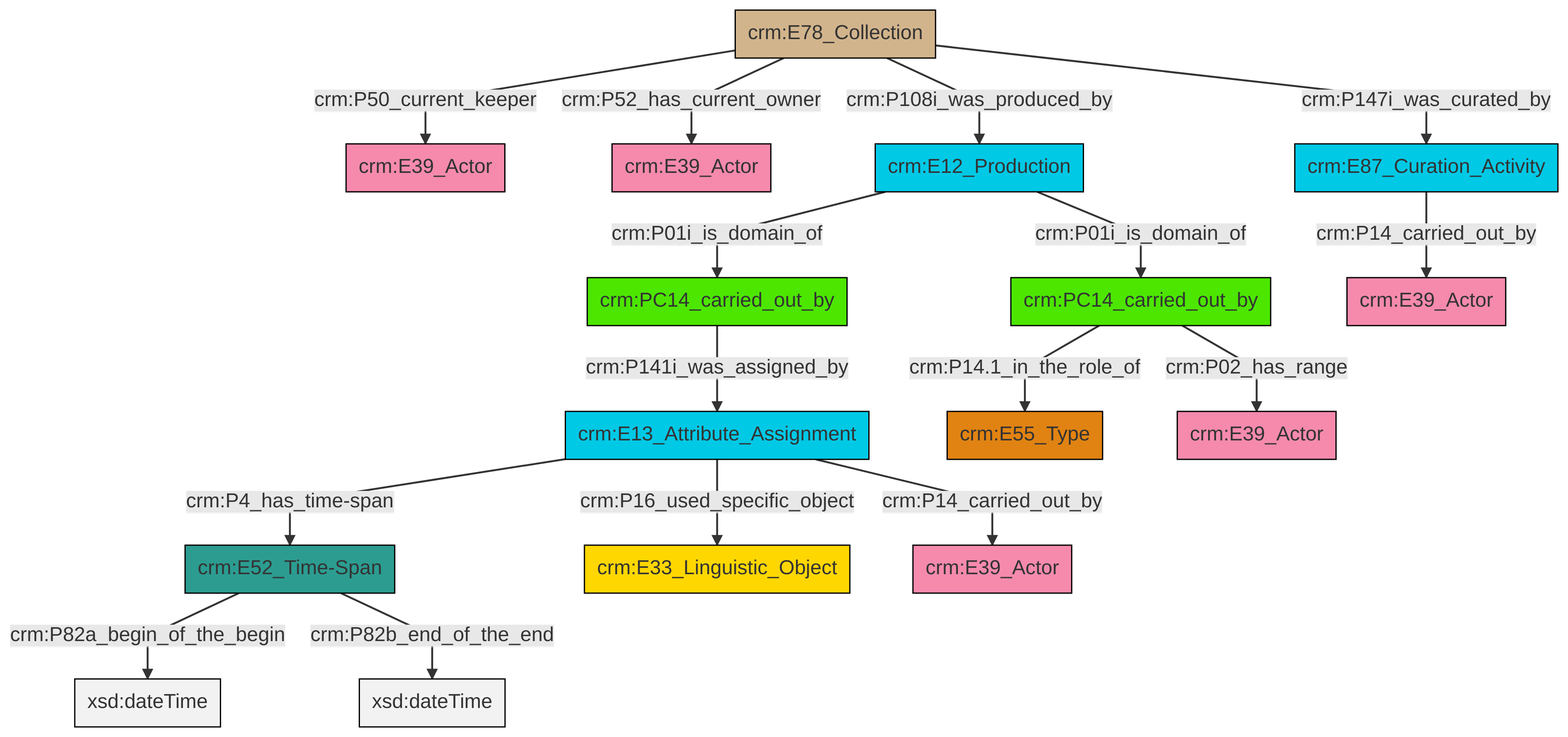
The Mermaid diagram et/archivalCSV/ttl/mmd/png/archival_relation.png in swiss-art-research-net/docs.swissartresearch, before a commit. Its source is kept beside it as et/archivalCSV/ttl/mmd/archival_relation.ttl.mmd.
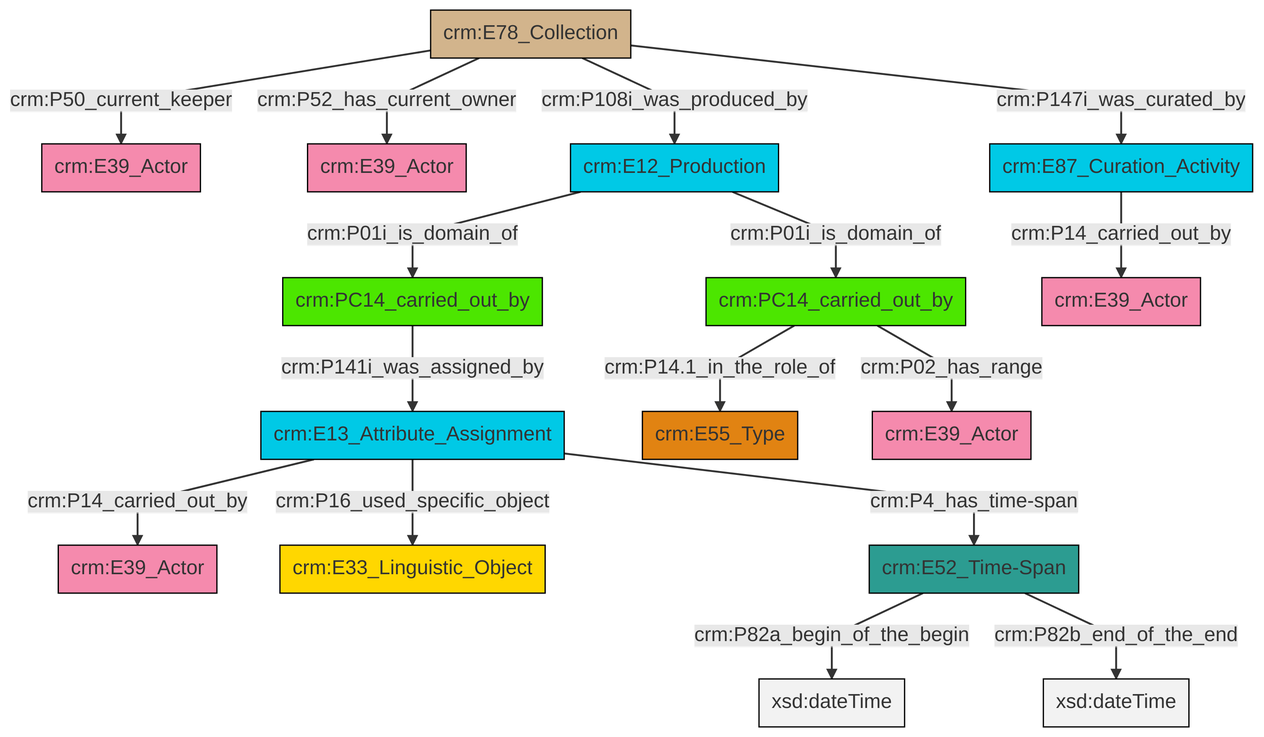
After the commit.

Diff of the diagram source:
```diff
@@ -13,18 +13,18 @@
 classDef PC_Classes fill:#4ce600, stroke:#000000;
 classDef Multi fill:#cccccc,stroke:#000000;
 
-0["crm:E13_Attribute_Assignment"]:::Temporal_Entity -->|crm:P4_has_time-span| 1["crm:E52_Time-Span"]:::Time-Span
-0["crm:E13_Attribute_Assignment"]:::Temporal_Entity -->|crm:P16_used_specific_object| 4["crm:E33_Linguistic_Object"]:::Conceptual_Object
-5["crm:PC14_carried_out_by"]:::PC_Classes -->|crm:P141i_was_assigned_by| 0["crm:E13_Attribute_Assignment"]:::Temporal_Entity
-13["crm:E78_Collection"]:::Physical_Thing -->|crm:P52_has_current_owner| 14["crm:E39_Actor"]:::Actor
-1["crm:E52_Time-Span"]:::Time-Span -->|crm:P82a_begin_of_the_begin| 17[xsd:dateTime]:::Literal
-18["crm:PC14_carried_out_by"]:::PC_Classes -->|crm:P02_has_range| 11["crm:E39_Actor"]:::Actor
-19["crm:E87_Curation_Activity"]:::Temporal_Entity -->|crm:P14_carried_out_by| 20["crm:E39_Actor"]:::Actor
-0["crm:E13_Attribute_Assignment"]:::Temporal_Entity -->|crm:P14_carried_out_by| 15["crm:E39_Actor"]:::Actor
-22["crm:E12_Production"]:::Temporal_Entity -->|crm:P01i_is_domain_of| 18["crm:PC14_carried_out_by"]:::PC_Classes
-13["crm:E78_Collection"]:::Physical_Thing -->|crm:P147i_was_curated_by| 19["crm:E87_Curation_Activity"]:::Temporal_Entity
-13["crm:E78_Collection"]:::Physical_Thing -->|crm:P108i_was_produced_by| 22["crm:E12_Production"]:::Temporal_Entity
-13["crm:E78_Collection"]:::Physical_Thing -->|crm:P50_current_keeper| 6["crm:E39_Actor"]:::Actor
-1["crm:E52_Time-Span"]:::Time-Span -->|crm:P82b_end_of_the_end| 25[xsd:dateTime]:::Literal
-22["crm:E12_Production"]:::Temporal_Entity -->|crm:P01i_is_domain_of| 5["crm:PC14_carried_out_by"]:::PC_Classes
-18["crm:PC14_carried_out_by"]:::PC_Classes -->|crm:P14.1_in_the_role_of| 2["crm:E55_Type"]:::Type
+0["crm:E13_Attribute_Assignment"]:::Temporal_Entity -->|crm:P14_carried_out_by| 1["crm:E39_Actor"]:::Actor
+4["crm:E52_Time-Span"]:::Time-Span -->|crm:P82a_begin_of_the_begin| 5[xsd:dateTime]:::Literal
+9["crm:E12_Production"]:::Temporal_Entity -->|crm:P01i_is_domain_of| 11["crm:PC14_carried_out_by"]:::PC_Classes
+12["crm:E78_Collection"]:::Physical_Thing -->|crm:P50_current_keeper| 6["crm:E39_Actor"]:::Actor
+13["crm:E87_Curation_Activity"]:::Temporal_Entity -->|crm:P14_carried_out_by| 14["crm:E39_Actor"]:::Actor
+12["crm:E78_Collection"]:::Physical_Thing -->|crm:P52_has_current_owner| 15["crm:E39_Actor"]:::Actor
+17["crm:PC14_carried_out_by"]:::PC_Classes -->|crm:P14.1_in_the_role_of| 18["crm:E55_Type"]:::Type
+11["crm:PC14_carried_out_by"]:::PC_Classes -->|crm:P141i_was_assigned_by| 0["crm:E13_Attribute_Assignment"]:::Temporal_Entity
+4["crm:E52_Time-Span"]:::Time-Span -->|crm:P82b_end_of_the_end| 23[xsd:dateTime]:::Literal
+12["crm:E78_Collection"]:::Physical_Thing -->|crm:P108i_was_produced_by| 9["crm:E12_Production"]:::Temporal_Entity
+0["crm:E13_Attribute_Assignment"]:::Temporal_Entity -->|crm:P16_used_specific_object| 2["crm:E33_Linguistic_Object"]:::Conceptual_Object
+0["crm:E13_Attribute_Assignment"]:::Temporal_Entity -->|crm:P4_has_time-span| 4["crm:E52_Time-Span"]:::Time-Span
+9["crm:E12_Production"]:::Temporal_Entity -->|crm:P01i_is_domain_of| 17["crm:PC14_carried_out_by"]:::PC_Classes
+17["crm:PC14_carried_out_by"]:::PC_Classes -->|crm:P02_has_range| 26["crm:E39_Actor"]:::Actor
+12["crm:E78_Collection"]:::Physical_Thing -->|crm:P147i_was_curated_by| 13["crm:E87_Curation_Activity"]:::Temporal_Entity
```
